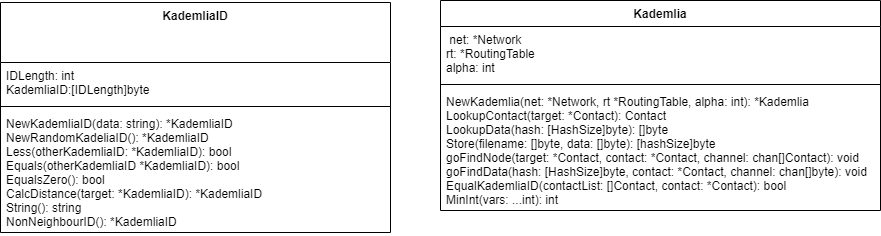
Before: architectural-description.png, a diagram exported from draw.io (osksun/d7024e-lab-grp-1). Source tidied: cells renumbered, new cells last; positions are measured from the earlier drawing's top-left corner, leaving out a move shared by most shapes.
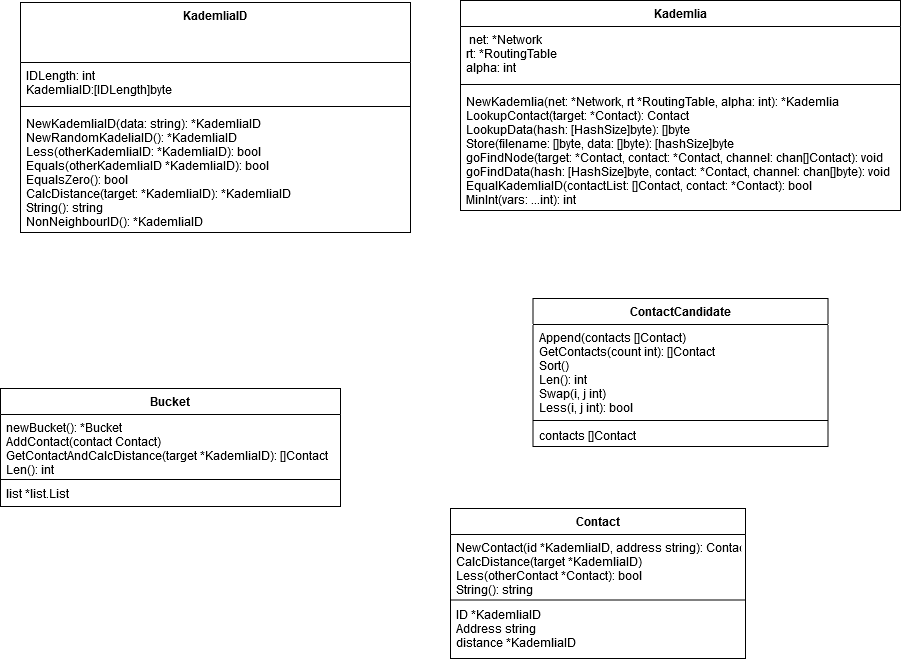
After the commit.

What changed in the source:
```diff
@@ -26,5 +26,41 @@
     <mxCell id="9" value="NewKademlia(net: *Network, rt *RoutingTable, alpha: int): *Kademlia&#10;LookupContact(target: *Contact): Contact&#10;LookupData(hash: [HashSize]byte): []byte&#10;Store(filename: []byte, data: []byte): [hashSize]byte&#10;goFindNode(target: *Contact, contact: *Contact, channel: chan[]Contact): void&#10;goFindData(hash: [HashSize]byte, contact: *Contact, channel: chan[]byte): void&#10;EqualKademliaID(contactList: []Contact, contact: *Contact): bool&#10;MinInt(vars: ...int): int&#10;&#10;&#10;" style="text;strokeColor=none;fillColor=none;align=left;verticalAlign=top;spacingLeft=4;spacingRight=4;overflow=hidden;" parent="6" vertex="1">
       <mxGeometry y="88" width="440" height="122" as="geometry" />
     </mxCell>
+    <mxCell id="10" value="Bucket" style="swimlane;fontStyle=1;align=center;verticalAlign=top;horizontal=1;startSize=26;" parent="1" vertex="1">
+      <mxGeometry x="-20" y="388" width="340" height="118" as="geometry" />
+    </mxCell>
+    <mxCell id="11" value="newBucket(): *Bucket&#10;AddContact(contact Contact)&#10;GetContactAndCalcDistance(target *KademliaID): []Contact&#10;Len(): int" style="text;strokeColor=none;fillColor=none;align=left;verticalAlign=top;spacingLeft=4;spacingRight=4;overflow=hidden;" parent="10" vertex="1">
+      <mxGeometry y="26" width="340" height="64" as="geometry" />
+    </mxCell>
+    <mxCell id="12" style="line;strokeWidth=1;fillColor=none;align=left;verticalAlign=middle;spacingTop=-1;spacingLeft=3;spacingRight=3;labelPosition=right;" parent="10" vertex="1">
+      <mxGeometry y="90" width="340" height="2" as="geometry" />
+    </mxCell>
+    <mxCell id="13" value="list *list.List" style="text;strokeColor=none;fillColor=none;align=left;verticalAlign=top;spacingLeft=4;spacingRight=4;overflow=hidden;" parent="10" vertex="1">
+      <mxGeometry y="92" width="340" height="26" as="geometry" />
+    </mxCell>
+    <mxCell id="14" value="ContactCandidate" style="swimlane;fontStyle=1;align=center;verticalAlign=top;horizontal=1;startSize=26;" parent="1" vertex="1">
+      <mxGeometry x="512.5" y="298" width="295" height="148" as="geometry" />
+    </mxCell>
+    <mxCell id="15" value="Append(contacts []Contact)&#10;GetContacts(count int): []Contact&#10;Sort()&#10;Len(): int&#10;Swap(i, j int)&#10;Less(i, j int): bool&#10;&#10;" style="text;strokeColor=none;fillColor=none;align=left;verticalAlign=top;spacingLeft=4;spacingRight=4;overflow=hidden;" parent="14" vertex="1">
+      <mxGeometry y="26" width="295" height="94" as="geometry" />
+    </mxCell>
+    <mxCell id="16" style="line;strokeWidth=1;fillColor=none;align=left;verticalAlign=middle;spacingTop=-1;spacingLeft=3;spacingRight=3;labelPosition=right;" parent="14" vertex="1">
+      <mxGeometry y="120" width="295" height="4" as="geometry" />
+    </mxCell>
+    <mxCell id="17" value="contacts []Contact" style="text;strokeColor=none;fillColor=none;align=left;verticalAlign=top;spacingLeft=4;spacingRight=4;overflow=hidden;" parent="14" vertex="1">
+      <mxGeometry y="124" width="295" height="24" as="geometry" />
+    </mxCell>
+    <mxCell id="18" value="Contact" style="swimlane;fontStyle=1;align=center;verticalAlign=top;horizontal=1;startSize=26;" parent="1" vertex="1">
+      <mxGeometry x="430" y="508" width="295" height="150" as="geometry" />
+    </mxCell>
+    <mxCell id="19" value="NewContact(id *KademliaID, address string): Contact&#10;CalcDistance(target *KademliaID)&#10;Less(otherContact *Contact): bool&#10;String(): string" style="text;strokeColor=none;fillColor=none;align=left;verticalAlign=top;spacingLeft=4;spacingRight=4;overflow=hidden;" parent="18" vertex="1">
+      <mxGeometry y="26" width="295" height="64" as="geometry" />
+    </mxCell>
+    <mxCell id="20" style="line;strokeWidth=1;fillColor=none;align=left;verticalAlign=middle;spacingTop=-1;spacingLeft=3;spacingRight=3;labelPosition=right;" parent="18" vertex="1">
+      <mxGeometry y="90" width="295" height="3" as="geometry" />
+    </mxCell>
+    <mxCell id="21" value="ID *KademliaID&#10;&#9;Address string&#10;&#9;distance *KademliaID" style="text;strokeColor=none;fillColor=none;align=left;verticalAlign=top;spacingLeft=4;spacingRight=4;overflow=hidden;" parent="18" vertex="1">
+      <mxGeometry y="93" width="295" height="57" as="geometry" />
+    </mxCell>
   </root>
 </mxGraphModel>
```
